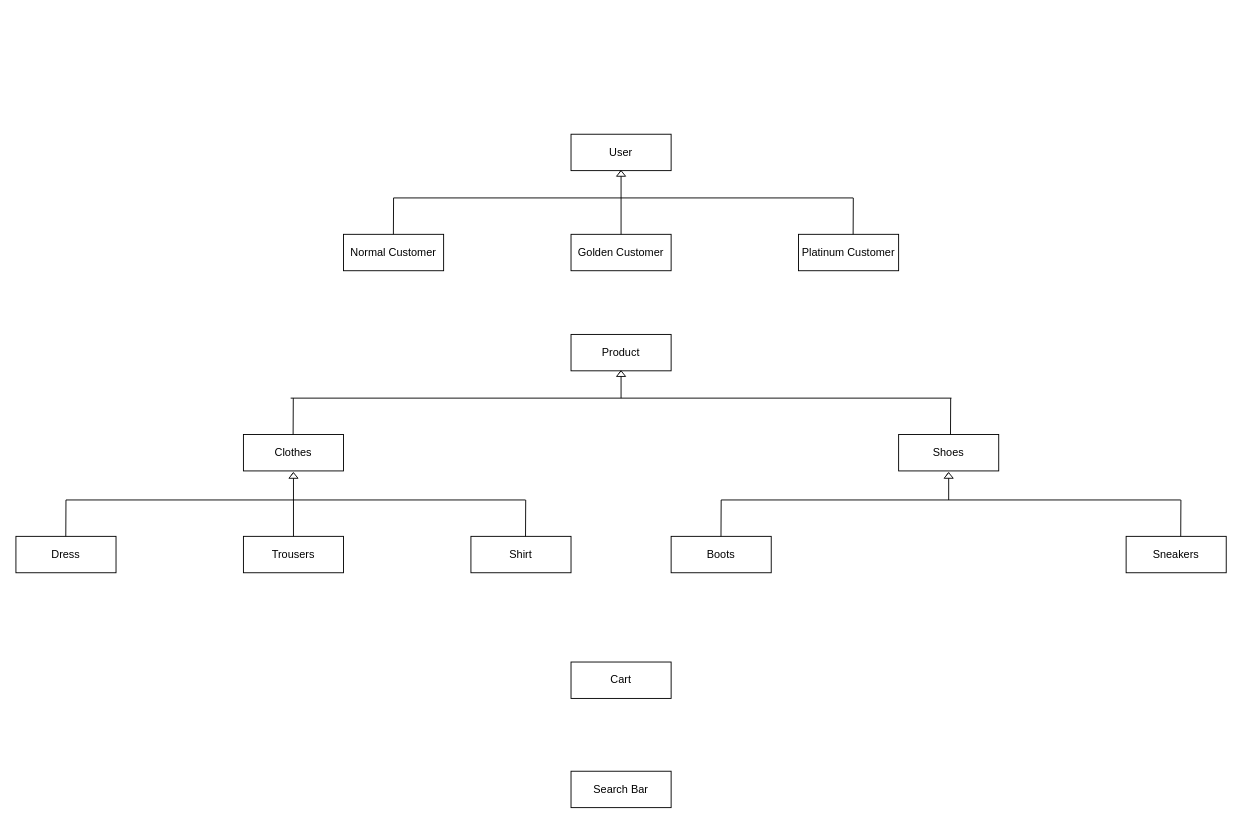
Before: SoftCon2020_Assignment_6/ShoppingSW/ClassDiagram.drawio in HuberNicolas/swc-group38, a draw.io diagram. Source tidied: cells renumbered, new cells numbered last; positions are measured from the earlier drawing's top-left corner, leaving out a move shared by most shapes. Both pictures are drawn from the tidied source at 91%, with x=0, y=0 at pixel (15, 134).
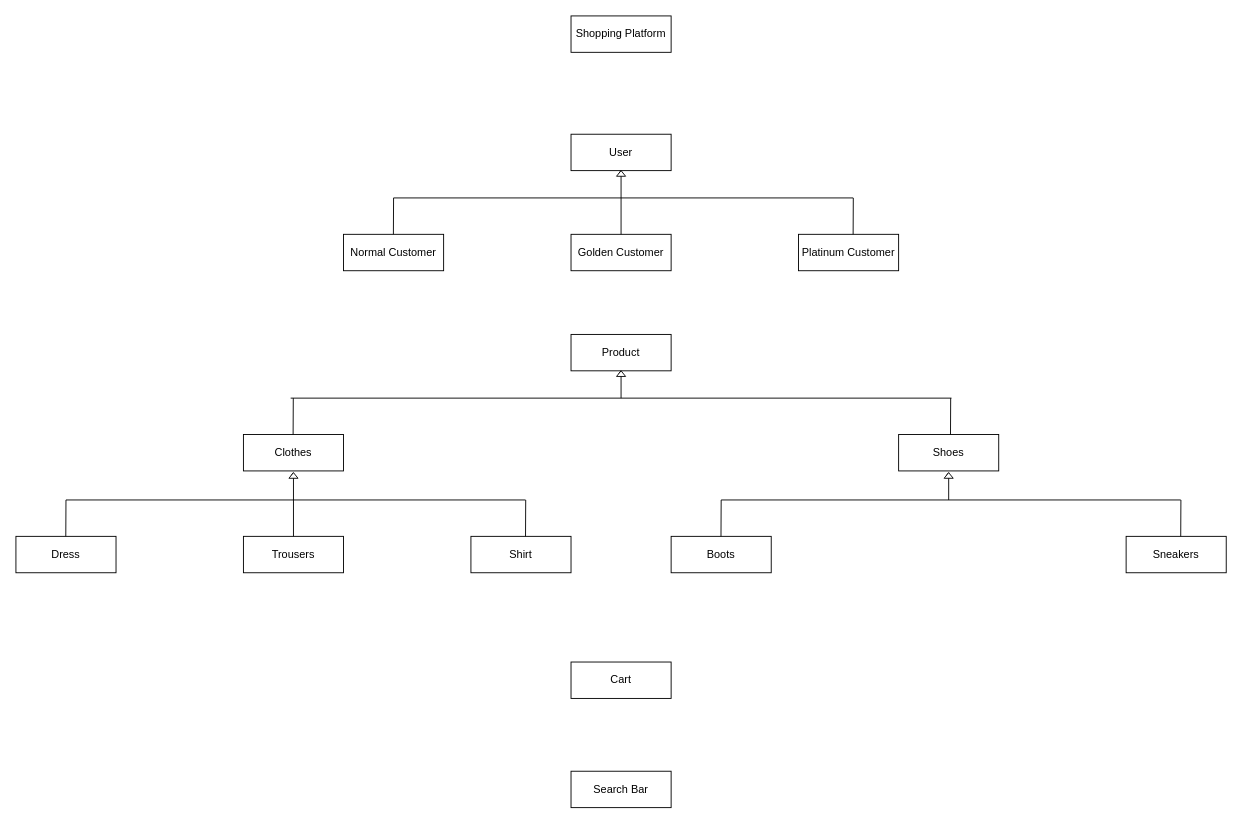
Above is the later version.

Commit message (it also covers changes not shown here):
Added Shopping Platform

Diff of the diagram source:
```diff
@@
+    <mxCell id="40" value="Shopping Platform" style="rounded=0;whiteSpace=wrap;html=1;" parent="1" vertex="1">
+      <mxGeometry x="610" y="-130" width="110" height="40" as="geometry" />
+    </mxCell>
```
